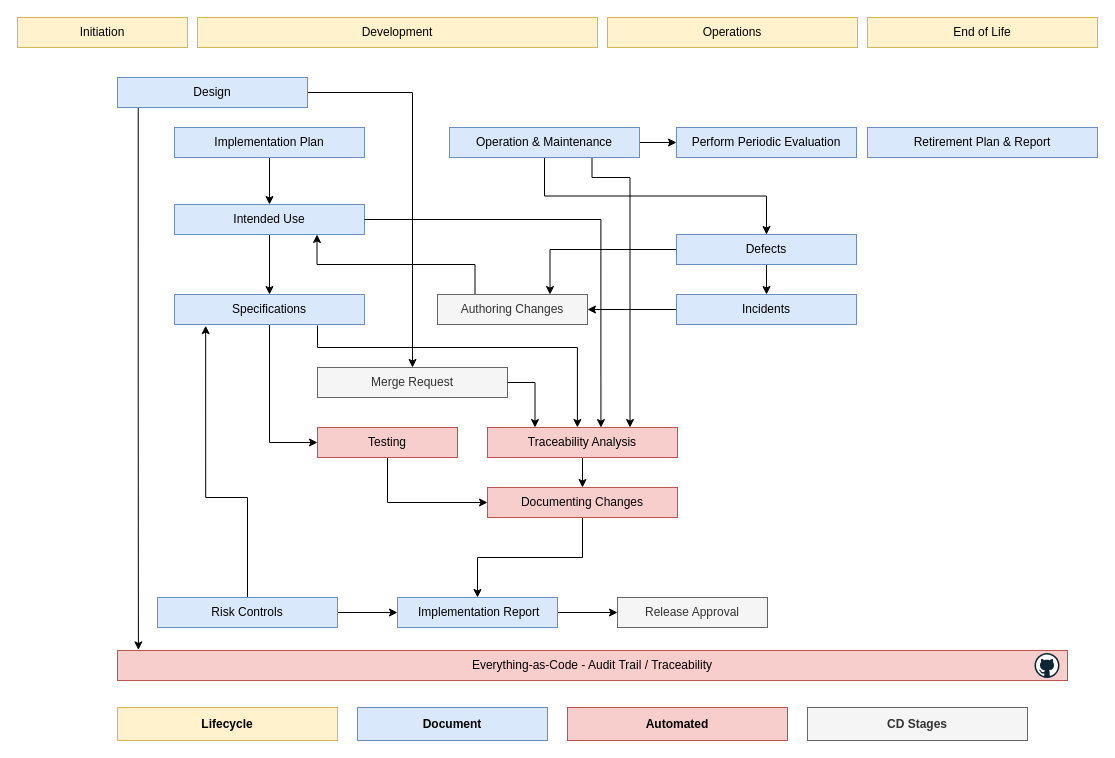
Above: docs/assets/lifecycle/lifecycle.drawio in ready-to-release/eac (draw.io), before the change. Source tidied: cells renumbered, new cells numbered last; positions are measured from the earlier drawing's top-left corner, leaving out a move shared by most shapes. Both pictures are drawn from the tidied source at 100%, with x=0, y=0 at pixel (17, 17).
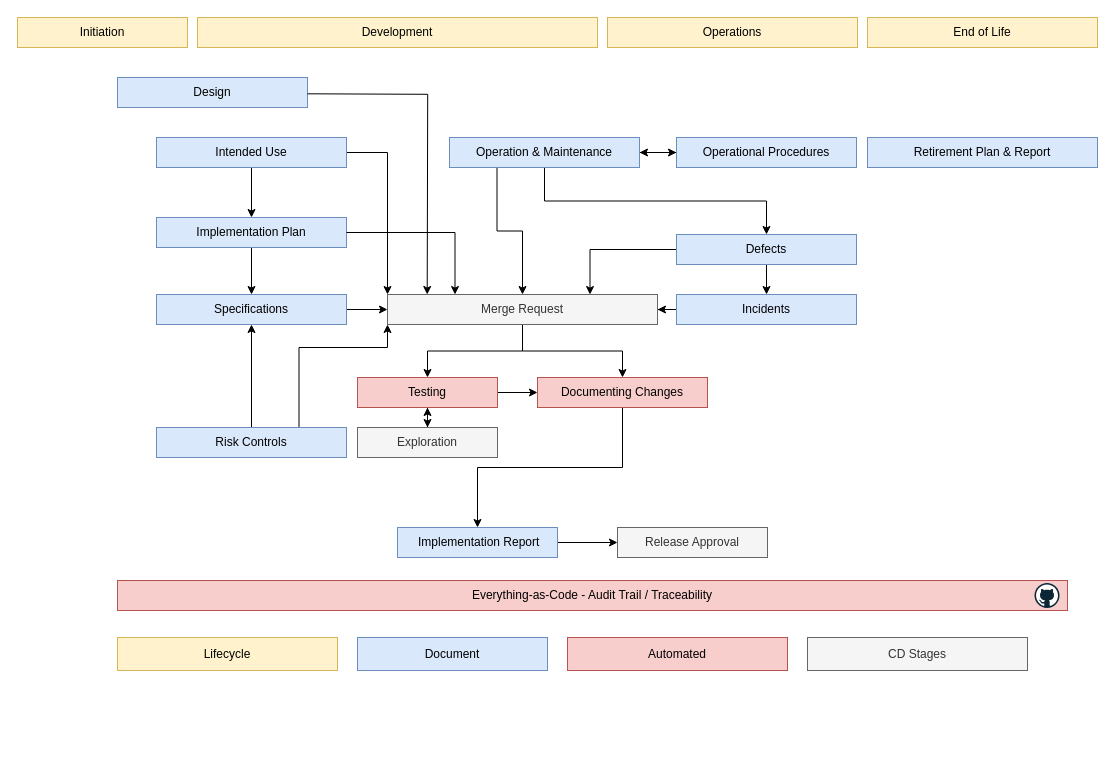
The same page after the edit.

Commit message (it also covers changes not shown here):
docs: added  lifecycle section

The change refers to these unchanged cells:
```xml
<mxCell id="36" value="Design" style="rounded=0;whiteSpace=wrap;html=1;fillColor=#dae8fc;strokeColor=#6c8ebf;" parent="1" vertex="1">
  <mxGeometry x="100" y="60" width="190" height="30" as="geometry" />
</mxCell>
```

The edit, as a diff of the source:
```diff
@@
-    <mxCell id="2" style="edgeStyle=orthogonalEdgeStyle;rounded=0;jettySize=auto;html=1;entryX=0.022;entryY=-0.019;entryDx=0;entryDy=0;entryPerimeter=0;exitX=0.109;exitY=0.856;exitDx=0;exitDy=0;exitPerimeter=0;" parent="1" edge="1" source="36" target="41">
-      <mxGeometry relative="1" as="geometry" />
-    </mxCell>
@@
-    <mxCell id="4" style="edgeStyle=orthogonalEdgeStyle;rounded=0;jettySize=auto;html=1;" parent="1" edge="1" source="36" target="39">
-      <mxGeometry relative="1" as="geometry" />
-    </mxCell>
@@
+    <mxCell id="52" style="edgeStyle=orthogonalEdgeStyle;rounded=0;jettySize=auto;html=1;exitX=1;exitY=0.5;exitDx=0;exitDy=0;entryX=0;entryY=0;entryDx=0;entryDy=0;" parent="1" edge="1" source="11" target="40">
+      <mxGeometry relative="1" as="geometry" />
+    </mxCell>
-    <mxCell id="11" value="Implementation Plan" style="rounded=0;whiteSpace=wrap;html=1;fillColor=#dae8fc;strokeColor=#6c8ebf;" parent="1" vertex="1">
-      <mxGeometry x="157" y="110" width="190" height="30" as="geometry" />
+    <mxCell id="11" value="Intended Use" style="rounded=0;whiteSpace=wrap;html=1;fillColor=#dae8fc;strokeColor=#6c8ebf;" parent="1" vertex="1">
+      <mxGeometry x="139" y="120" width="190" height="30" as="geometry" />
     </mxCell>
@@
-    <mxCell id="14" style="edgeStyle=orthogonalEdgeStyle;rounded=0;jettySize=auto;html=1;exitX=0.75;exitY=1;exitDx=0;exitDy=0;entryX=0.75;entryY=0;entryDx=0;entryDy=0;" parent="1" edge="1" source="15" target="19">
-      <mxGeometry relative="1" as="geometry">
-        <Array as="points">
-          <mxPoint x="575" y="160" />
-          <mxPoint x="613" y="160" />
-        </Array>
-      </mxGeometry>
-    </mxCell>
+    <mxCell id="53" style="edgeStyle=orthogonalEdgeStyle;rounded=0;jettySize=auto;html=1;exitX=0.25;exitY=1;exitDx=0;exitDy=0;entryX=0.5;entryY=0;entryDx=0;entryDy=0;" parent="1" edge="1" source="15" target="40">
+      <mxGeometry relative="1" as="geometry" />
+    </mxCell>
     <mxCell id="15" value="Operation &amp;amp; Maintenance" style="rounded=0;whiteSpace=wrap;html=1;fillColor=#dae8fc;strokeColor=#6c8ebf;" parent="1" vertex="1">
-      <mxGeometry x="432" y="110" width="190" height="30" as="geometry" />
+      <mxGeometry x="432" y="120" width="190" height="30" as="geometry" />
     </mxCell>
+    <mxCell id="54" style="edgeStyle=orthogonalEdgeStyle;rounded=0;jettySize=auto;html=1;" parent="1" edge="1" source="16" target="15">
+      <mxGeometry relative="1" as="geometry" />
+    </mxCell>
-    <mxCell id="16" value="Perform Periodic Evaluation" style="rounded=0;whiteSpace=wrap;html=1;fillColor=#dae8fc;strokeColor=#6c8ebf;" parent="1" vertex="1">
-      <mxGeometry x="659" y="110" width="180" height="30" as="geometry" />
+    <mxCell id="16" value="Operational Procedures" style="rounded=0;whiteSpace=wrap;html=1;fillColor=#dae8fc;strokeColor=#6c8ebf;" parent="1" vertex="1">
+      <mxGeometry x="659" y="120" width="180" height="30" as="geometry" />
     </mxCell>
     <mxCell id="17" value="Retirement Plan &amp;amp; Report" style="rounded=0;whiteSpace=wrap;html=1;fillColor=#dae8fc;strokeColor=#6c8ebf;" parent="1" vertex="1">
-      <mxGeometry x="850" y="110" width="230" height="30" as="geometry" />
+      <mxGeometry x="850" y="120" width="230" height="30" as="geometry" />
     </mxCell>
-    <mxCell id="18" style="edgeStyle=orthogonalEdgeStyle;rounded=0;jettySize=auto;html=1;" parent="1" edge="1" source="19" target="30">
-      <mxGeometry relative="1" as="geometry" />
-    </mxCell>
-    <mxCell id="19" value="Traceability Analysis" style="rounded=0;whiteSpace=wrap;html=1;fillColor=#f8cecc;strokeColor=#b85450;" parent="1" vertex="1">
-      <mxGeometry x="470" y="410" width="190" height="30" as="geometry" />
-    </mxCell>
-    <mxCell id="20" style="edgeStyle=orthogonalEdgeStyle;rounded=0;jettySize=auto;html=1;exitX=0.5;exitY=1;exitDx=0;exitDy=0;entryX=0;entryY=0.5;entryDx=0;entryDy=0;" parent="1" edge="1" source="21" target="30">
+    <mxCell id="20" style="edgeStyle=orthogonalEdgeStyle;rounded=0;jettySize=auto;html=1;" parent="1" edge="1" source="21" target="30">
       <mxGeometry relative="1" as="geometry" />
     </mxCell>
+    <mxCell id="55" style="edgeStyle=orthogonalEdgeStyle;rounded=0;jettySize=auto;html=1;startArrow=classic;startFill=1;" parent="1" edge="1" source="21" target="62">
+      <mxGeometry relative="1" as="geometry" />
+    </mxCell>
     <mxCell id="21" value="Testing" style="rounded=0;whiteSpace=wrap;html=1;fillColor=#f8cecc;strokeColor=#b85450;" parent="1" vertex="1">
-      <mxGeometry x="300" y="410" width="140" height="30" as="geometry" />
+      <mxGeometry x="340" y="360" width="140" height="30" as="geometry" />
     </mxCell>
@@
     <mxCell id="23" value="&amp;nbsp;Implementation Report" style="rounded=0;whiteSpace=wrap;html=1;fillColor=#dae8fc;strokeColor=#6c8ebf;" parent="1" vertex="1">
-      <mxGeometry x="380" y="580" width="160" height="30" as="geometry" />
+      <mxGeometry x="380" y="510" width="160" height="30" as="geometry" />
     </mxCell>
@@
     <mxCell id="30" value="Documenting Changes" style="rounded=0;whiteSpace=wrap;html=1;fillColor=#f8cecc;strokeColor=#b85450;" parent="1" vertex="1">
-      <mxGeometry x="470" y="470" width="190" height="30" as="geometry" />
+      <mxGeometry x="520" y="360" width="170" height="30" as="geometry" />
     </mxCell>
-    <mxCell id="31" style="edgeStyle=orthogonalEdgeStyle;rounded=0;jettySize=auto;html=1;entryX=0;entryY=0.5;entryDx=0;entryDy=0;exitX=0.5;exitY=1;exitDx=0;exitDy=0;" parent="1" edge="1" source="32" target="21">
-      <mxGeometry relative="1" as="geometry" />
-    </mxCell>
+    <mxCell id="56" style="edgeStyle=orthogonalEdgeStyle;rounded=0;jettySize=auto;html=1;" parent="1" edge="1" source="32" target="40">
+      <mxGeometry relative="1" as="geometry" />
+    </mxCell>
     <mxCell id="32" value="Specifications" style="rounded=0;whiteSpace=wrap;html=1;fillColor=#dae8fc;strokeColor=#6c8ebf;" parent="1" vertex="1">
-      <mxGeometry x="157" y="277" width="190" height="30" as="geometry" />
+      <mxGeometry x="139" y="277" width="190" height="30" as="geometry" />
     </mxCell>
@@
-    <mxCell id="34" value="Intended Use" style="rounded=0;whiteSpace=wrap;html=1;fillColor=#dae8fc;strokeColor=#6c8ebf;" parent="1" vertex="1">
-      <mxGeometry x="157" y="187" width="190" height="30" as="geometry" />
+    <mxCell id="34" value="Implementation Plan" style="rounded=0;whiteSpace=wrap;html=1;fillColor=#dae8fc;strokeColor=#6c8ebf;" parent="1" vertex="1">
+      <mxGeometry x="139" y="200" width="190" height="30" as="geometry" />
     </mxCell>
-    <mxCell id="35" style="edgeStyle=orthogonalEdgeStyle;rounded=0;jettySize=auto;html=1;" parent="1" edge="1" source="48" target="23">
-      <mxGeometry relative="1" as="geometry" />
-    </mxCell>
@@
-    <mxCell id="37" style="edgeStyle=orthogonalEdgeStyle;rounded=0;jettySize=auto;html=1;entryX=0.597;entryY=0.003;entryDx=0;entryDy=0;entryPerimeter=0;exitX=1;exitY=0.5;exitDx=0;exitDy=0;" parent="1" edge="1" source="34" target="19">
+    <mxCell id="37" style="edgeStyle=orthogonalEdgeStyle;rounded=0;jettySize=auto;html=1;entryX=0.25;entryY=0;entryDx=0;entryDy=0;exitX=1;exitY=0.5;exitDx=0;exitDy=0;" parent="1" edge="1" source="34" target="40">
       <mxGeometry relative="1" as="geometry" />
     </mxCell>
-    <mxCell id="38" style="edgeStyle=orthogonalEdgeStyle;rounded=0;jettySize=auto;html=1;entryX=0.75;entryY=1;entryDx=0;entryDy=0;exitX=0.25;exitY=0;exitDx=0;exitDy=0;" parent="1" edge="1" source="40" target="34">
-      <mxGeometry relative="1" as="geometry" />
-    </mxCell>
-    <mxCell id="39" value="Merge Request" style="rounded=0;whiteSpace=wrap;html=1;fillColor=#f5f5f5;strokeColor=#666666;fontColor=#333333;" parent="1" vertex="1">
-      <mxGeometry x="300" y="350" width="190" height="30" as="geometry" />
-    </mxCell>
+    <mxCell id="57" style="edgeStyle=orthogonalEdgeStyle;rounded=0;jettySize=auto;html=1;exitX=0.5;exitY=1;exitDx=0;exitDy=0;entryX=0.5;entryY=0;entryDx=0;entryDy=0;" parent="1" edge="1" source="40" target="21">
+      <mxGeometry relative="1" as="geometry" />
+    </mxCell>
+    <mxCell id="58" style="edgeStyle=orthogonalEdgeStyle;rounded=0;jettySize=auto;html=1;exitX=0.5;exitY=1;exitDx=0;exitDy=0;entryX=0.5;entryY=0;entryDx=0;entryDy=0;" parent="1" edge="1" source="40" target="30">
+      <mxGeometry relative="1" as="geometry" />
+    </mxCell>
-    <mxCell id="40" value="Authoring Changes" style="rounded=0;whiteSpace=wrap;html=1;fillColor=#f5f5f5;strokeColor=#666666;fontColor=#333333;" parent="1" vertex="1">
-      <mxGeometry x="420" y="277" width="150" height="30" as="geometry" />
+    <mxCell id="40" value="Merge Request" style="rounded=0;whiteSpace=wrap;html=1;fillColor=#f5f5f5;strokeColor=#666666;fontColor=#333333;" parent="1" vertex="1">
+      <mxGeometry x="370" y="277" width="270" height="30" as="geometry" />
     </mxCell>
     <mxCell id="41" value="Everything-as-Code - Audit Trail / Traceability" style="rounded=0;whiteSpace=wrap;html=1;fillColor=#f8cecc;strokeColor=#b85450;" parent="1" vertex="1">
-      <mxGeometry x="100" y="633" width="950" height="30" as="geometry" />
+      <mxGeometry x="100" y="563" width="950" height="30" as="geometry" />
     </mxCell>
     <mxCell id="42" style="dashed=0;html=1;align=center;labelPosition=center;verticalLabelPosition=bottom;verticalAlign=top;shape=mxgraph.weblogos.github;" parent="1" vertex="1">
-      <mxGeometry x="1017" y="635.5" width="25" height="25" as="geometry" />
+      <mxGeometry x="1017" y="565.5" width="25" height="25" as="geometry" />
     </mxCell>
-    <mxCell id="43" value="&lt;b&gt;Document&lt;/b&gt;" style="rounded=0;whiteSpace=wrap;html=1;fillColor=#dae8fc;strokeColor=#6c8ebf;" parent="1" vertex="1">
-      <mxGeometry x="340" y="690" width="190" height="33" as="geometry" />
+    <mxCell id="43" value="Document" style="rounded=0;whiteSpace=wrap;html=1;fillColor=#dae8fc;strokeColor=#6c8ebf;" parent="1" vertex="1">
+      <mxGeometry x="340" y="620" width="190" height="33" as="geometry" />
     </mxCell>
-    <mxCell id="44" value="&lt;b&gt;Automated&lt;/b&gt;" style="rounded=0;whiteSpace=wrap;html=1;fillColor=#f8cecc;strokeColor=#b85450;" parent="1" vertex="1">
-      <mxGeometry x="550" y="690" width="220" height="33" as="geometry" />
+    <mxCell id="44" value="Automated" style="rounded=0;whiteSpace=wrap;html=1;fillColor=#f8cecc;strokeColor=#b85450;" parent="1" vertex="1">
+      <mxGeometry x="550" y="620" width="220" height="33" as="geometry" />
     </mxCell>
-    <mxCell id="45" style="edgeStyle=orthogonalEdgeStyle;rounded=0;jettySize=auto;html=1;exitX=0.164;exitY=1.039;exitDx=0;exitDy=0;entryX=0.5;entryY=0;entryDx=0;entryDy=0;startArrow=classic;startFill=1;endArrow=none;endFill=0;exitPerimeter=0;" parent="1" edge="1" source="32" target="48">
-      <mxGeometry relative="1" as="geometry">
-        <Array as="points">
-          <mxPoint x="188" y="480" />
-          <mxPoint x="230" y="480" />
-        </Array>
-      </mxGeometry>
-    </mxCell>
-    <mxCell id="46" style="edgeStyle=orthogonalEdgeStyle;rounded=0;jettySize=auto;html=1;exitX=1;exitY=0.5;exitDx=0;exitDy=0;entryX=0.25;entryY=0;entryDx=0;entryDy=0;" parent="1" edge="1" source="39" target="19">
-      <mxGeometry relative="1" as="geometry" />
-    </mxCell>
-    <mxCell id="47" style="edgeStyle=orthogonalEdgeStyle;rounded=0;orthogonalLoop=1;jettySize=auto;html=1;exitX=0.75;exitY=1;exitDx=0;exitDy=0;entryX=0.465;entryY=-0.03;entryDx=0;entryDy=0;entryPerimeter=0;" parent="1" edge="1">
-      <mxGeometry relative="1" as="geometry">
-        <mxPoint x="300" y="307.9" as="sourcePoint" />
-        <mxPoint x="559.9" y="410" as="targetPoint" />
-        <Array as="points">
-          <mxPoint x="300" y="330" />
-          <mxPoint x="560" y="330" />
-        </Array>
-      </mxGeometry>
-    </mxCell>
+    <mxCell id="59" style="edgeStyle=orthogonalEdgeStyle;rounded=0;jettySize=auto;html=1;" parent="1" edge="1" source="48" target="32">
+      <mxGeometry relative="1" as="geometry" />
+    </mxCell>
+    <mxCell id="60" style="edgeStyle=orthogonalEdgeStyle;rounded=0;jettySize=auto;html=1;exitX=0.75;exitY=0;exitDx=0;exitDy=0;entryX=0;entryY=1;entryDx=0;entryDy=0;" parent="1" edge="1" source="48" target="40">
+      <mxGeometry relative="1" as="geometry">
+        <Array as="points">
+          <mxPoint x="282" y="330" />
+          <mxPoint x="370" y="330" />
+        </Array>
+      </mxGeometry>
+    </mxCell>
     <mxCell id="48" value="Risk Controls" style="rounded=0;whiteSpace=wrap;html=1;fillColor=#dae8fc;strokeColor=#6c8ebf;" parent="1" vertex="1">
-      <mxGeometry x="140" y="580" width="180" height="30" as="geometry" />
+      <mxGeometry x="139" y="410" width="190" height="30" as="geometry" />
     </mxCell>
     <mxCell id="49" value="Release Approval" style="rounded=0;whiteSpace=wrap;html=1;fillColor=#f5f5f5;strokeColor=#666666;fontColor=#333333;" parent="1" vertex="1">
-      <mxGeometry x="600" y="580" width="150" height="30" as="geometry" />
+      <mxGeometry x="600" y="510" width="150" height="30" as="geometry" />
     </mxCell>
-    <mxCell id="50" value="&lt;b&gt;Lifecycle&lt;/b&gt;" style="rounded=0;whiteSpace=wrap;html=1;fillColor=#fff2cc;strokeColor=#d6b656;" parent="1" vertex="1">
-      <mxGeometry x="100" y="690" width="220" height="33" as="geometry" />
+    <mxCell id="50" value="Lifecycle" style="rounded=0;whiteSpace=wrap;html=1;fillColor=#fff2cc;strokeColor=#d6b656;" parent="1" vertex="1">
+      <mxGeometry x="100" y="620" width="220" height="33" as="geometry" />
     </mxCell>
-    <mxCell id="51" value="&lt;b&gt;CD Stages&lt;/b&gt;" style="rounded=0;whiteSpace=wrap;html=1;fillColor=#f5f5f5;strokeColor=#666666;fontColor=#333333;" parent="1" vertex="1">
-      <mxGeometry x="790" y="690" width="220" height="33" as="geometry" />
+    <mxCell id="51" value="CD Stages" style="rounded=0;whiteSpace=wrap;html=1;fillColor=#f5f5f5;strokeColor=#666666;fontColor=#333333;" parent="1" vertex="1">
+      <mxGeometry x="790" y="620" width="220" height="33" as="geometry" />
     </mxCell>
+    <mxCell id="61" style="edgeStyle=orthogonalEdgeStyle;rounded=0;orthogonalLoop=1;jettySize=auto;html=1;exitX=1;exitY=0.5;exitDx=0;exitDy=0;entryX=0.147;entryY=-0.044;entryDx=0;entryDy=0;entryPerimeter=0;" parent="1" edge="1">
+      <mxGeometry relative="1" as="geometry">
+        <mxPoint x="290" y="76.3" as="sourcePoint" />
+        <mxPoint x="409.7" y="277" as="targetPoint" />
+      </mxGeometry>
+    </mxCell>
+    <mxCell id="62" value="Exploration" style="rounded=0;whiteSpace=wrap;html=1;fillColor=#f5f5f5;strokeColor=#666666;fontColor=#333333;" parent="1" vertex="1">
+      <mxGeometry x="340" y="410" width="140" height="30" as="geometry" />
+    </mxCell>
```
